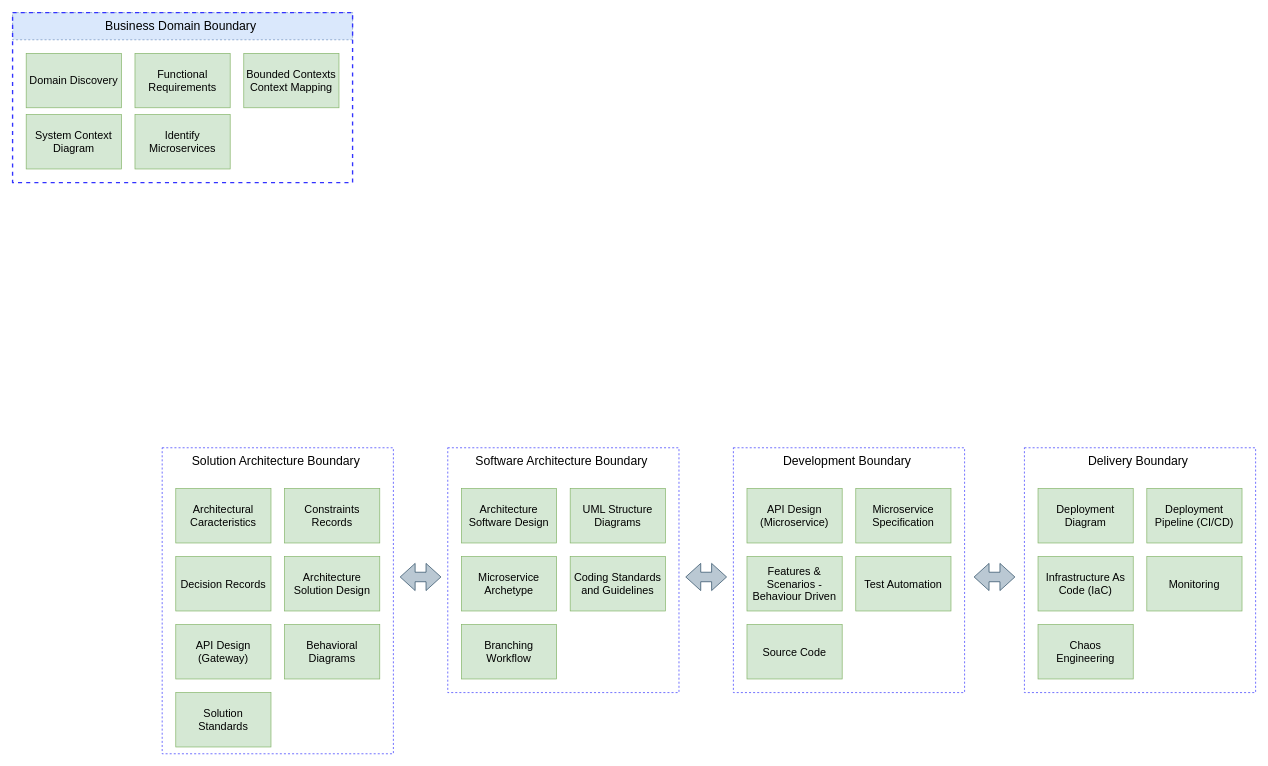
rpicanco/MicroserviceArchitectureSolutionFramework keeps this draw.io diagram as microservice-architecture-solution-framework/drawio/Microservice Architecture Solution Framework.drawio. Above is the earlier version. Source tidied: cells renumbered, new cells numbered last; positions are measured from the earlier drawing's top-left corner, leaving out a move shared by most shapes. Both pictures are drawn from the tidied source at 68%, with x=0, y=0 at pixel (12, 12).
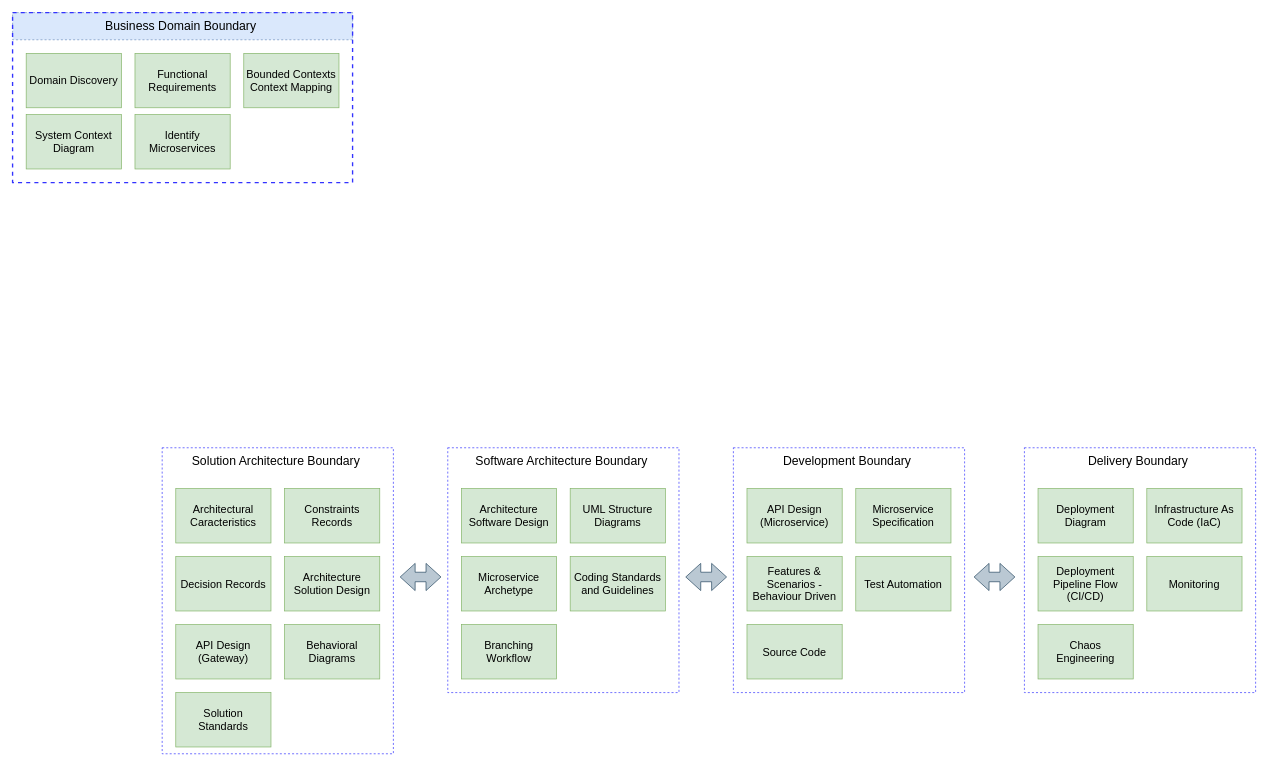
The same diagram, later.

The edit, as a diff of the source:
```diff
@@
-    <mxCell id="35" value="&lt;span style=&quot;font-size: 16px&quot;&gt;Deployment Pipeline (CI/CD)&lt;/span&gt;" style="rounded=0;whiteSpace=wrap;html=1;fillColor=#d5e8d4;strokeColor=#82b366;" parent="1" vertex="1">
-      <mxGeometry x="1668" y="700" width="140" height="80" as="geometry" />
+    <mxCell id="35" value="&lt;span style=&quot;font-size: 16px&quot;&gt;Deployment Pipeline Flow (CI/CD)&lt;/span&gt;" style="rounded=0;whiteSpace=wrap;html=1;fillColor=#d5e8d4;strokeColor=#82b366;" parent="1" vertex="1">
+      <mxGeometry x="1508" y="800" width="140" height="80" as="geometry" />
     </mxCell>
     <mxCell id="36" value="&lt;span style=&quot;font-size: 16px&quot;&gt;Infrastructure As Code (IaC)&lt;/span&gt;" style="rounded=0;whiteSpace=wrap;html=1;fillColor=#d5e8d4;strokeColor=#82b366;" parent="1" vertex="1">
-      <mxGeometry x="1508" y="800" width="140" height="80" as="geometry" />
+      <mxGeometry x="1668" y="700" width="140" height="80" as="geometry" />
     </mxCell>
```
